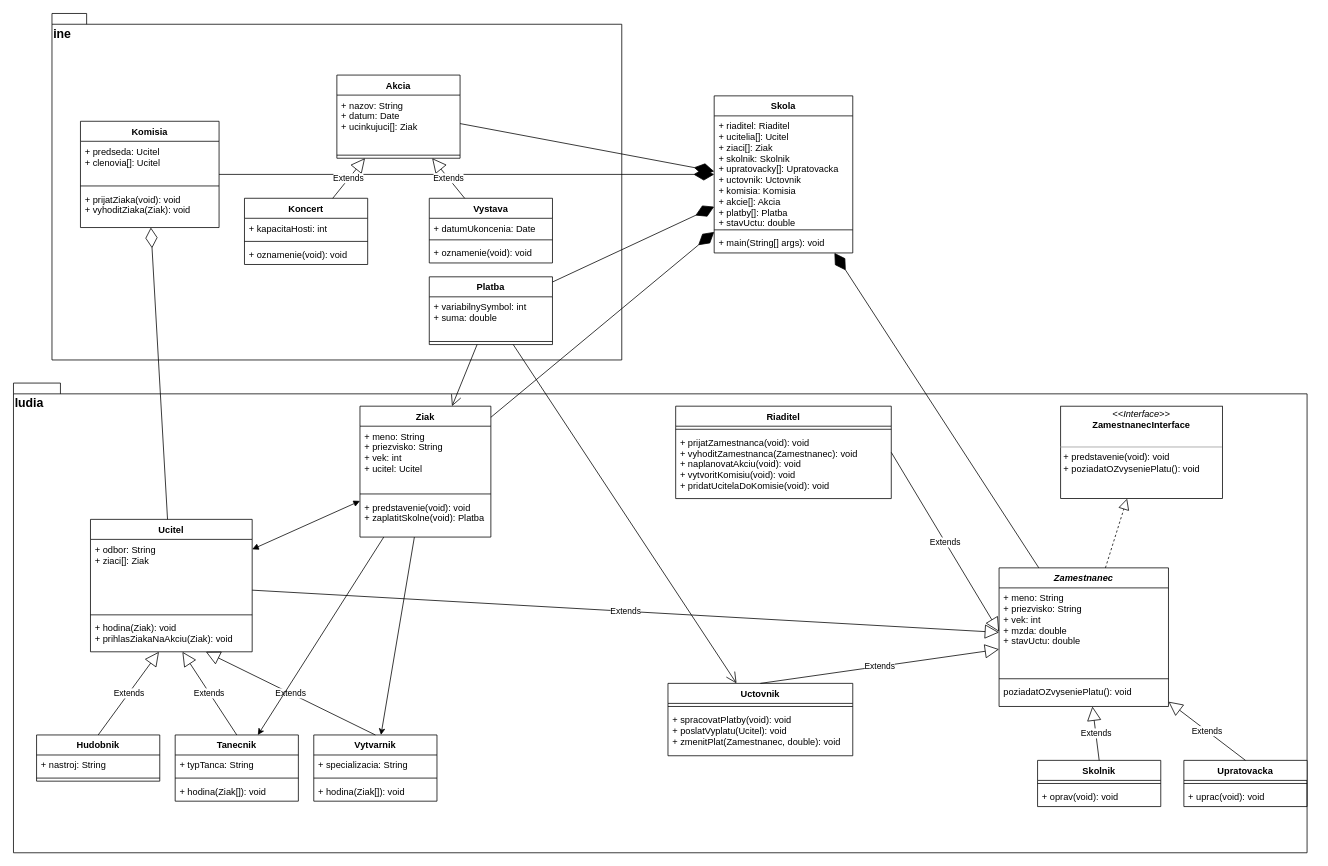
Above: Untitled Diagram.drawio in okmada123/draw.io (draw.io), before the change. Source tidied: cells renumbered, new cells numbered last; positions are measured from the earlier drawing's top-left corner, leaving out a move shared by most shapes. Both pictures are drawn from the tidied source at 77%, with x=0, y=0 at pixel (13, 13).
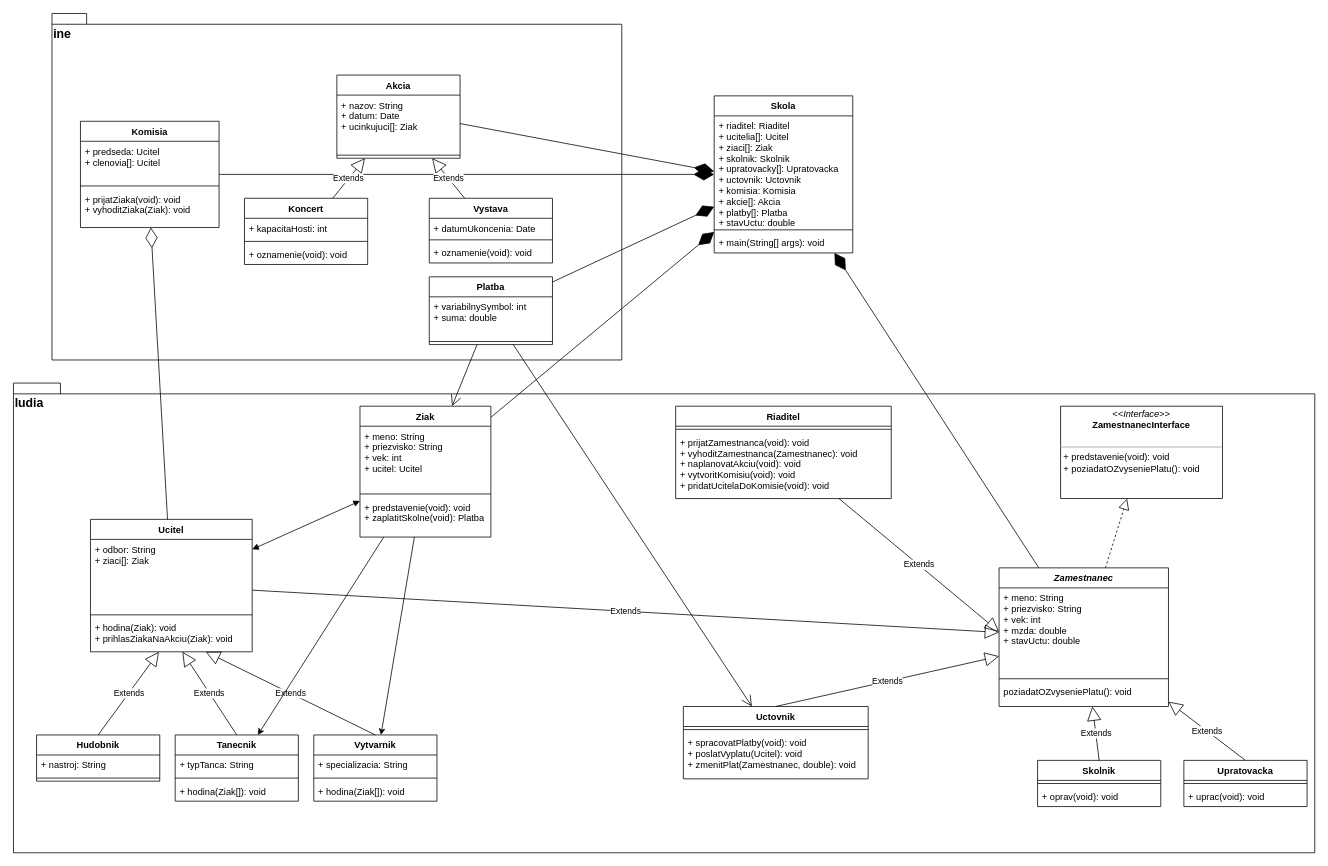
The same diagram, later.

Unchanged cells that the change refers to:
```xml
<mxCell id="8" value="Riaditel" style="swimlane;fontStyle=1;align=center;verticalAlign=top;horizontal=1;startSize=26;" parent="1" vertex="1">
  <mxGeometry x="860" y="510" width="280" height="120" as="geometry" />
</mxCell>
<mxCell id="12" value="+ meno: String&#10;+ priezvisko: String&#10;+ vek: int&#10;+ mzda: double&#10;+ stavUctu: double" style="text;strokeColor=none;fillColor=none;align=left;verticalAlign=top;spacingLeft=4;spacingRight=4;overflow=hidden;points=[[0,0.5],[1,0.5]];portConstraint=eastwest;" parent="11" vertex="1">
  <mxGeometry y="26" width="220" height="114" as="geometry" />
</mxCell>
```

The edit, as a diff of the source:
```diff
@@
     <mxCell id="3" value="ludia&lt;br&gt;" style="shape=folder;fontStyle=1;spacingTop=10;tabWidth=40;tabHeight=14;tabPosition=left;html=1;align=left;verticalAlign=top;fontSize=16;" parent="1" vertex="1">
-      <mxGeometry y="480" width="1680" height="610" as="geometry" />
+      <mxGeometry y="480" width="1690" height="610" as="geometry" />
     </mxCell>
@@
     <mxCell id="21" value="Uctovnik" style="swimlane;fontStyle=1;align=center;verticalAlign=top;horizontal=1;startSize=26;" parent="1" vertex="1">
-      <mxGeometry x="850" y="870" width="240" height="94" as="geometry" />
+      <mxGeometry x="870" y="900" width="240" height="94" as="geometry" />
     </mxCell>
@@
-    <mxCell id="36" value="Extends" style="endArrow=block;endSize=16;endFill=0;html=1;exitX=1;exitY=0.5;exitDx=0;exitDy=0;entryX=0;entryY=0.5;entryDx=0;entryDy=0;" parent="1" edge="1" source="8" target="12">
+    <mxCell id="36" value="Extends" style="endArrow=block;endSize=16;endFill=0;html=1;entryX=0;entryY=0.5;entryDx=0;entryDy=0;" parent="1" edge="1" source="8" target="12">
       <mxGeometry relative="1" as="geometry" />
     </mxCell>
```
